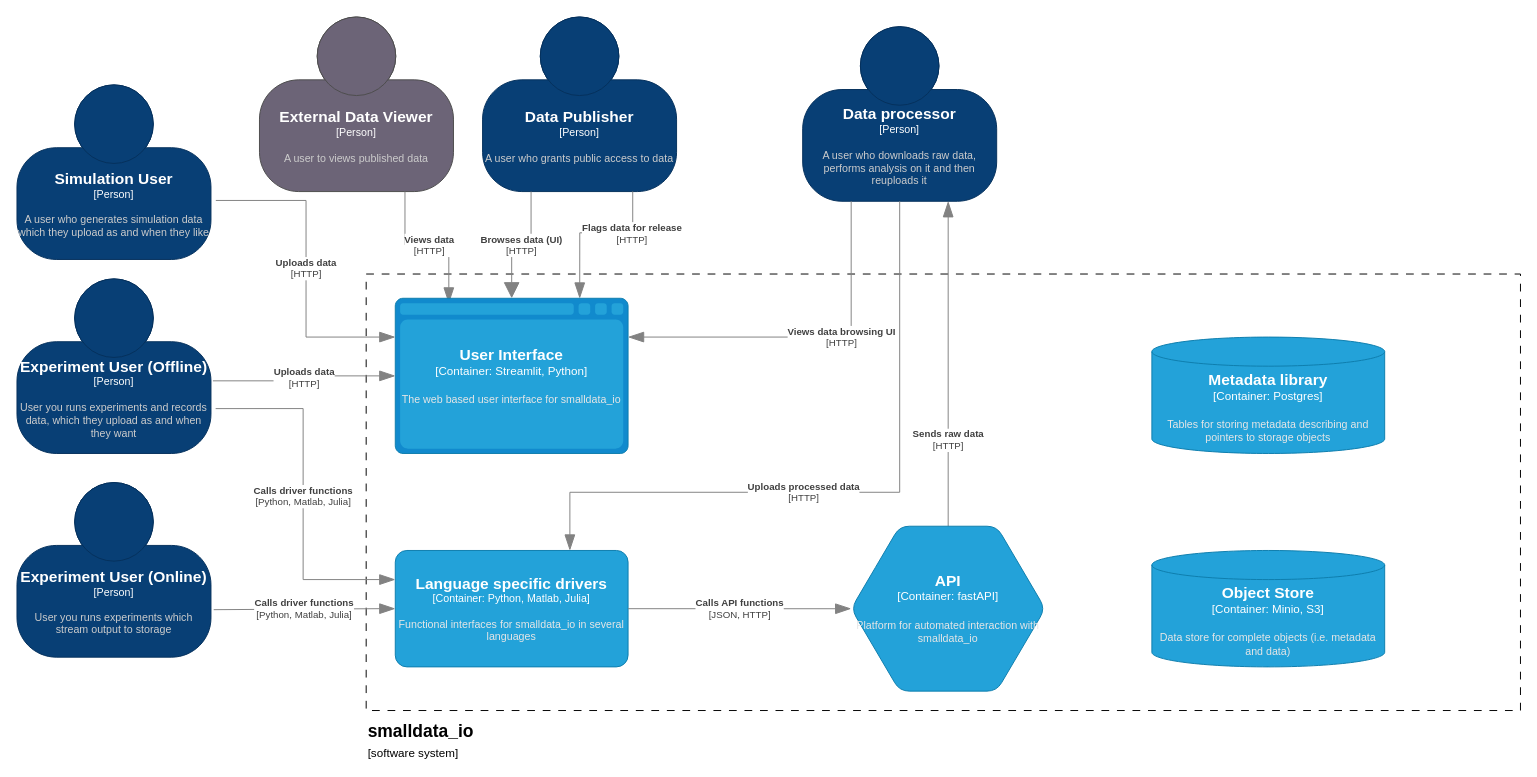
This is page "Page-2" (2 of 2) of Smalldata_io.drawio from OliverWoolland/Diagrams, a draw.io file, before an edit. Source tidied: cells renumbered, new cells numbered last; positions are measured from the earlier drawing's top-left corner, leaving out a move shared by most shapes. Both pictures are drawn from the tidied source at 97%, with x=0, y=0 at pixel (16, 16).
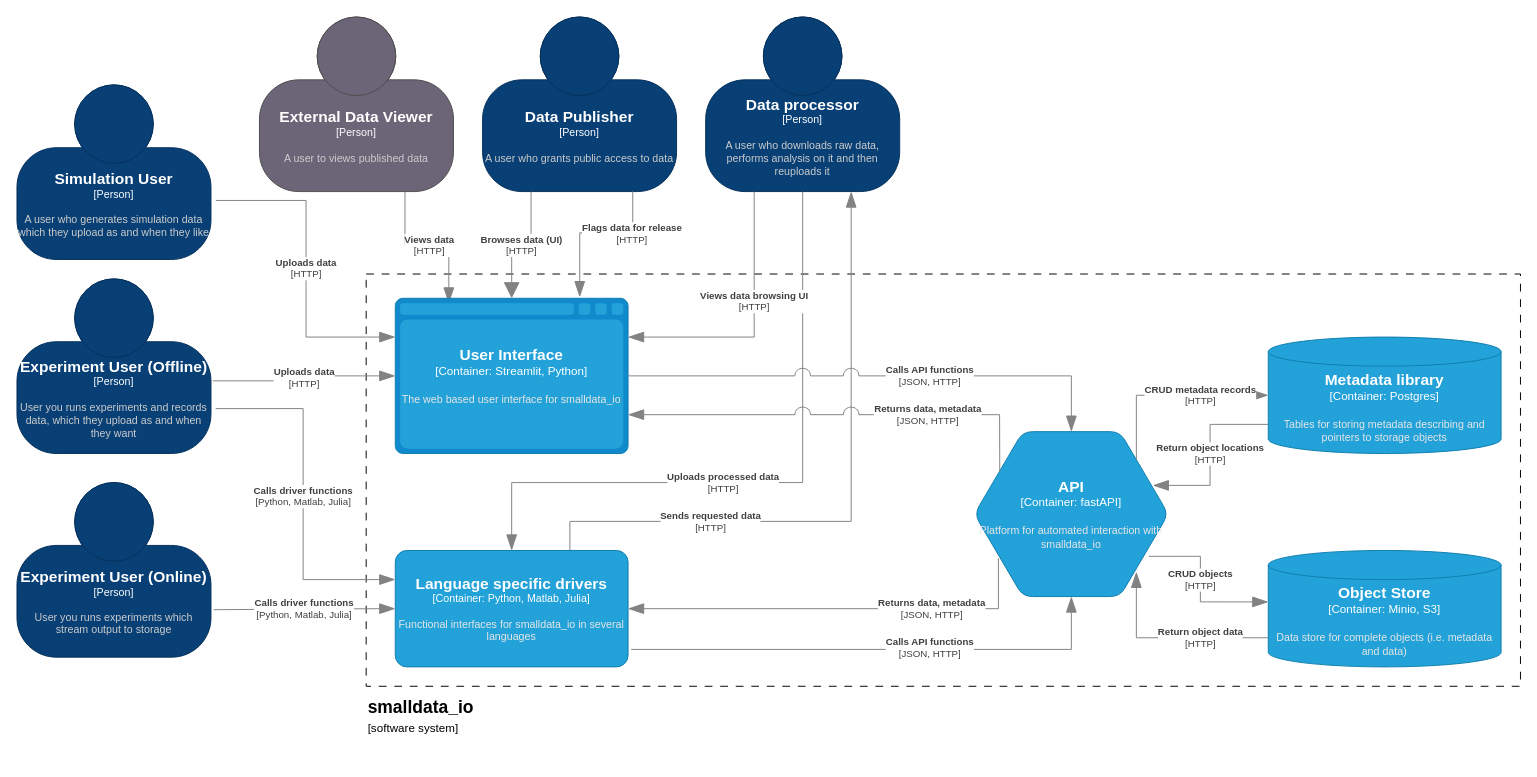
The same page after the edit.

Unchanged cells that the change refers to:
```xml
<object id="18" label="&lt;font style=&quot;font-size: 16px&quot;&gt;&lt;b&gt;%c4Type%&lt;/b&gt;&lt;/font&gt;&lt;div&gt;[%c4Container%:&amp;nbsp;%c4Technology%]&lt;/div&gt;&lt;br&gt;&lt;div&gt;&lt;font style=&quot;font-size: 11px&quot;&gt;&lt;font color=&quot;#E6E6E6&quot;&gt;%c4Description%&lt;/font&gt;&lt;/div&gt;" c4Container="Container" c4Description="The web based user interface for smalldata_io" c4Technology="Streamlit, Python" c4Type="User Interface" placeholders="1">
  <mxCell style="shape=mxgraph.c4.webBrowserContainer2;whiteSpace=wrap;html=1;boundedLbl=1;rounded=0;labelBackgroundColor=none;strokeColor=#118ACD;fillColor=#23A2D9;strokeColor=#118ACD;strokeColor2=#0E7DAD;fontSize=12;fontColor=#ffffff;align=center;points=[[0.5,0,0],[1,0.25,0],[1,0.5,0],[1,0.75,0],[0.5,1,0],[0,0.75,0],[0,0.5,0],[0,0.25,0]];" parent="1" vertex="1">
    <mxGeometry x="390" y="290" width="240" height="160" as="geometry" />
  </mxCell>
</object>
<object id="20" label="&lt;font style=&quot;font-size: 16px&quot;&gt;&lt;b&gt;%c4Name%&lt;/b&gt;&lt;/font&gt;&lt;div&gt;[%c4Type%: %c4Technology%]&lt;/div&gt;&lt;br&gt;&lt;div&gt;&lt;font style=&quot;font-size: 11px&quot;&gt;&lt;font color=&quot;#E6E6E6&quot;&gt;%c4Description%&lt;/font&gt;&lt;/div&gt;" c4Description="Functional interfaces for smalldata_io in several languages" c4Name="Language specific drivers" c4Technology="Python, Matlab, Julia" c4Type="Container" placeholders="1">
  <mxCell style="rounded=1;whiteSpace=wrap;html=1;fontSize=11;labelBackgroundColor=none;fillColor=#23A2D9;fontColor=#ffffff;align=center;arcSize=10;strokeColor=#0E7DAD;points=[[0.25,0,0],[0.5,0,0],[0.75,0,0],[1,0.25,0],[1,0.5,0],[1,0.75,0],[0.75,1,0],[0.5,1,0],[0.25,1,0],[0,0.75,0],[0,0.5,0],[0,0.25,0]];" parent="1" vertex="1">
    <mxGeometry x="390" y="550" width="240" height="120" as="geometry" />
  </mxCell>
</object>
```

What changed in the source:
```diff
@@
     <mxCell id="2" value="&lt;h2 style=&quot;line-height: 0%;&quot;&gt;smalldata_io&lt;br&gt;&lt;br&gt;&lt;/h2&gt;&lt;div&gt;[software system]&lt;/div&gt;" style="verticalLabelPosition=bottom;verticalAlign=top;html=1;shape=mxgraph.basic.rect;fillColor2=none;strokeWidth=1;size=20;indent=5;dashed=1;dashPattern=8 8;align=left;" parent="1" vertex="1">
-      <mxGeometry x="360" y="265" width="1190" height="450" as="geometry" />
+      <mxGeometry x="360" y="265" width="1190" height="425" as="geometry" />
     </mxCell>
@@
     <object id="6" label="&lt;font style=&quot;font-size: 16px&quot;&gt;&lt;b&gt;%c4Name%&lt;/b&gt;&lt;/font&gt;&lt;div&gt;[%c4Type%]&lt;/div&gt;&lt;br&gt;&lt;div&gt;&lt;font style=&quot;font-size: 11px&quot;&gt;&lt;font color=&quot;#cccccc&quot;&gt;%c4Description%&lt;/font&gt;&lt;/div&gt;" c4Description="A user who downloads raw data, performs analysis on it and then reuploads it" c4Name="Data processor" c4Type="Person" placeholders="1">
       <mxCell style="html=1;fontSize=11;dashed=0;whiteSpace=wrap;fillColor=#083F75;strokeColor=#06315C;fontColor=#ffffff;shape=mxgraph.c4.person2;align=center;points=[[0.5,0,0],[1,0.5,0],[1,0.75,0],[0.75,1,0],[0.5,1,0],[0.25,1,0],[0,0.75,0],[0,0.5,0]];" parent="1" vertex="1">
-        <mxGeometry x="810" y="10" width="200" height="180" as="geometry" />
+        <mxGeometry x="710" width="200" height="180" as="geometry" />
       </mxCell>
     </object>
@@
     <object id="12" label="&lt;div style=&quot;text-align: left&quot;&gt;&lt;div style=&quot;text-align: center&quot;&gt;&lt;b&gt;%c4Description%&lt;/b&gt;&lt;/div&gt;&lt;div style=&quot;text-align: center&quot;&gt;[%c4Technology%]&lt;/div&gt;&lt;/div&gt;" c4Description="Uploads processed data " c4Technology="HTTP" placeholders="1">
-      <mxCell style="endArrow=blockThin;html=1;fontSize=10;fontColor=#404040;strokeWidth=1;endFill=1;strokeColor=#828282;endSize=14;startSize=14;jumpStyle=arc;jumpSize=16;rounded=0;entryX=0.75;entryY=0;entryDx=0;entryDy=0;entryPerimeter=0;edgeStyle=elbowEdgeStyle;exitX=0.5;exitY=1;exitDx=0;exitDy=0;exitPerimeter=0;elbow=vertical;" parent="1" edge="1" source="6" target="20">
+      <mxCell style="endArrow=blockThin;html=1;fontSize=10;fontColor=#404040;strokeWidth=1;endFill=1;strokeColor=#828282;endSize=14;startSize=14;jumpStyle=arc;jumpSize=16;rounded=0;entryX=0.5;entryY=0;entryDx=0;entryDy=0;entryPerimeter=0;edgeStyle=elbowEdgeStyle;exitX=0.5;exitY=1;exitDx=0;exitDy=0;exitPerimeter=0;elbow=vertical;" parent="1" edge="1" source="6" target="20">
         <mxGeometry x="0.14" relative="1" as="geometry">
           <Array as="points">
-            <mxPoint x="760" y="490" />
+            <mxPoint x="670" y="480" />
             <mxPoint x="790" y="490" />
           </Array>
         </mxGeometry>
       </mxCell>
     </object>
@@
     <object id="16" label="&lt;div style=&quot;text-align: left&quot;&gt;&lt;div style=&quot;text-align: center&quot;&gt;&lt;b&gt;%c4Description%&lt;/b&gt;&lt;/div&gt;&lt;div style=&quot;text-align: center&quot;&gt;[%c4Technology%]&lt;/div&gt;&lt;/div&gt;" c4Description="Views data browsing UI" c4Technology="HTTP" placeholders="1">
       <mxCell style="endArrow=blockThin;html=1;fontSize=10;fontColor=#404040;strokeWidth=1;endFill=1;strokeColor=#828282;endSize=14;startSize=14;jumpStyle=arc;jumpSize=16;rounded=0;edgeStyle=elbowEdgeStyle;exitX=0.25;exitY=1;exitDx=0;exitDy=0;exitPerimeter=0;entryX=1;entryY=0.25;entryDx=0;entryDy=0;entryPerimeter=0;" parent="1" edge="1" source="6" target="18">
         <mxGeometry x="-0.19" relative="1" as="geometry">
           <Array as="points">
-            <mxPoint x="860" y="250" />
+            <mxPoint x="760" y="260" />
           </Array>
         </mxGeometry>
       </mxCell>
     </object>
-    <object id="17" label="&lt;div style=&quot;text-align: left&quot;&gt;&lt;div style=&quot;text-align: center&quot;&gt;&lt;b&gt;%c4Description%&lt;/b&gt;&lt;/div&gt;&lt;div style=&quot;text-align: center&quot;&gt;[%c4Technology%]&lt;/div&gt;&lt;/div&gt;" c4Description="Sends raw data " c4Technology="HTTP" placeholders="1">
-      <mxCell style="endArrow=blockThin;html=1;fontSize=10;fontColor=#404040;strokeWidth=1;endFill=1;strokeColor=#828282;endSize=14;startSize=14;jumpStyle=arc;jumpSize=16;rounded=0;edgeStyle=elbowEdgeStyle;entryX=0.75;entryY=1;entryDx=0;entryDy=0;entryPerimeter=0;exitX=0.5;exitY=0;exitDx=0;exitDy=0;exitPerimeter=0;" parent="1" edge="1" source="19" target="6">
+    <object id="17" label="&lt;div style=&quot;text-align: left&quot;&gt;&lt;div style=&quot;text-align: center&quot;&gt;&lt;b&gt;%c4Description%&lt;/b&gt;&lt;/div&gt;&lt;div style=&quot;text-align: center&quot;&gt;[%c4Technology%]&lt;/div&gt;&lt;/div&gt;" c4Description="Sends requested data " c4Technology="HTTP" placeholders="1">
+      <mxCell style="endArrow=blockThin;html=1;fontSize=10;fontColor=#404040;strokeWidth=1;endFill=1;strokeColor=#828282;endSize=14;startSize=14;jumpStyle=arc;jumpSize=16;rounded=0;edgeStyle=elbowEdgeStyle;entryX=0.75;entryY=1;entryDx=0;entryDy=0;entryPerimeter=0;exitX=0.75;exitY=0;exitDx=0;exitDy=0;exitPerimeter=0;elbow=vertical;" parent="1" edge="1" source="20" target="6">
         <mxGeometry x="-0.47" relative="1" as="geometry">
           <Array as="points">
-            <mxPoint x="960" y="410" />
+            <mxPoint x="730" y="520" />
           </Array>
         </mxGeometry>
       </mxCell>
     </object>
@@
     <object id="19" label="&lt;font style=&quot;font-size: 16px&quot;&gt;&lt;b&gt;%c4Type%&lt;/b&gt;&lt;/font&gt;&lt;div&gt;[%c4Container%:&amp;nbsp;%c4Technology%]&lt;/div&gt;&lt;br&gt;&lt;div&gt;&lt;font style=&quot;font-size: 11px&quot;&gt;&lt;font color=&quot;#E6E6E6&quot;&gt;%c4Description%&lt;/font&gt;&lt;/div&gt;" c4Container="Container" c4Description="Platform for automated interaction with smalldata_io" c4Technology="fastAPI" c4Type="API" placeholders="1">
       <mxCell style="shape=hexagon;size=50;perimeter=hexagonPerimeter2;whiteSpace=wrap;html=1;fixedSize=1;rounded=1;labelBackgroundColor=none;fillColor=#23A2D9;fontSize=12;fontColor=#ffffff;align=center;strokeColor=#0E7DAD;points=[[0.5,0,0],[1,0.25,0],[1,0.5,0],[1,0.75,0],[0.5,1,0],[0,0.75,0],[0,0.5,0],[0,0.25,0]];" parent="1" vertex="1">
-        <mxGeometry x="860" y="525" width="200" height="170" as="geometry" />
+        <mxGeometry x="987" y="427.5" width="200" height="170" as="geometry" />
       </mxCell>
     </object>
@@
     <object id="21" label="&lt;div style=&quot;text-align: left&quot;&gt;&lt;div style=&quot;text-align: center&quot;&gt;&lt;b&gt;%c4Description%&lt;/b&gt;&lt;/div&gt;&lt;div style=&quot;text-align: center&quot;&gt;[%c4Technology%]&lt;/div&gt;&lt;/div&gt;" c4Description="Calls API functions" c4Technology="JSON, HTTP" placeholders="1">
-      <mxCell style="endArrow=blockThin;html=1;fontSize=10;fontColor=#404040;strokeWidth=1;endFill=1;strokeColor=#828282;elbow=vertical;endSize=14;startSize=14;jumpStyle=arc;jumpSize=16;rounded=0;edgeStyle=orthogonalEdgeStyle;entryX=0;entryY=0.5;entryDx=0;entryDy=0;entryPerimeter=0;" parent="1" edge="1" target="19">
-        <mxGeometry relative="1" as="geometry">
-          <mxPoint x="630" y="610" as="sourcePoint" />
-        </mxGeometry>
+      <mxCell style="endArrow=blockThin;html=1;fontSize=10;fontColor=#404040;strokeWidth=1;endFill=1;strokeColor=#828282;endSize=14;startSize=14;jumpStyle=arc;jumpSize=16;rounded=0;exitX=1.013;exitY=0.85;exitDx=0;exitDy=0;exitPerimeter=0;edgeStyle=orthogonalEdgeStyle;entryX=0.5;entryY=1;entryDx=0;entryDy=0;entryPerimeter=0;" parent="1" edge="1" source="20" target="19">
+        <mxGeometry x="0.21" y="2" relative="1" as="geometry" />
       </mxCell>
     </object>
     <object id="22" label="&lt;font style=&quot;font-size: 16px&quot;&gt;&lt;b&gt;%c4Type%&lt;/b&gt;&lt;/font&gt;&lt;div&gt;[%c4Container%:&amp;nbsp;%c4Technology%]&lt;/div&gt;&lt;br&gt;&lt;div&gt;&lt;font style=&quot;font-size: 11px&quot;&gt;&lt;font color=&quot;#E6E6E6&quot;&gt;%c4Description%&lt;/font&gt;&lt;/div&gt;" c4Container="Container" c4Description="Data store for complete objects (i.e. metadata and data)" c4Technology="Minio, S3" c4Type="Object Store" placeholders="1">
       <mxCell style="shape=cylinder3;size=15;whiteSpace=wrap;html=1;boundedLbl=1;rounded=0;labelBackgroundColor=none;fillColor=#23A2D9;fontSize=12;fontColor=#ffffff;align=center;strokeColor=#0E7DAD;points=[[0.5,0,0],[1,0.25,0],[1,0.5,0],[1,0.75,0],[0.5,1,0],[0,0.75,0],[0,0.5,0],[0,0.25,0]];" parent="1" vertex="1">
-        <mxGeometry x="1170" y="550" width="240" height="120" as="geometry" />
+        <mxGeometry x="1290" y="550" width="240" height="120" as="geometry" />
       </mxCell>
     </object>
     <object id="23" label="&lt;font style=&quot;font-size: 16px&quot;&gt;&lt;b&gt;%c4Type%&lt;/b&gt;&lt;/font&gt;&lt;div&gt;[%c4Container%:&amp;nbsp;%c4Technology%]&lt;/div&gt;&lt;br&gt;&lt;div&gt;&lt;font style=&quot;font-size: 11px&quot;&gt;&lt;font color=&quot;#E6E6E6&quot;&gt;%c4Description%&lt;/font&gt;&lt;/div&gt;" c4Container="Container" c4Description="Tables for storing metadata describing and pointers to storage objects" c4Technology="Postgres" c4Type="Metadata library" placeholders="1">
       <mxCell style="shape=cylinder3;size=15;whiteSpace=wrap;html=1;boundedLbl=1;rounded=0;labelBackgroundColor=none;fillColor=#23A2D9;fontSize=12;fontColor=#ffffff;align=center;strokeColor=#0E7DAD;points=[[0.5,0,0],[1,0.25,0],[1,0.5,0],[1,0.75,0],[0.5,1,0],[0,0.75,0],[0,0.5,0],[0,0.25,0]];" parent="1" vertex="1">
-        <mxGeometry x="1170" y="330" width="240" height="120" as="geometry" />
+        <mxGeometry x="1290" y="330" width="240" height="120" as="geometry" />
       </mxCell>
     </object>
@@
+    <object id="25" label="&lt;div style=&quot;text-align: left&quot;&gt;&lt;div style=&quot;text-align: center&quot;&gt;&lt;b&gt;%c4Description%&lt;/b&gt;&lt;/div&gt;&lt;div style=&quot;text-align: center&quot;&gt;[%c4Technology%]&lt;/div&gt;&lt;/div&gt;" c4Description="Returns data, metadata" c4Technology="JSON, HTTP" placeholders="1">
+      <mxCell style="endArrow=blockThin;html=1;fontSize=10;fontColor=#404040;strokeWidth=1;endFill=1;strokeColor=#828282;endSize=14;startSize=14;jumpStyle=arc;jumpSize=16;rounded=0;edgeStyle=orthogonalEdgeStyle;exitX=0.124;exitY=0.768;exitDx=0;exitDy=0;exitPerimeter=0;entryX=1;entryY=0.5;entryDx=0;entryDy=0;entryPerimeter=0;" parent="1" edge="1" source="19" target="20">
+        <mxGeometry x="-0.44" relative="1" as="geometry">
+          <Array as="points">
+            <mxPoint x="1012" y="610" />
+          </Array>
+        </mxGeometry>
+      </mxCell>
+    </object>
+    <object id="26" label="&lt;div style=&quot;text-align: left&quot;&gt;&lt;div style=&quot;text-align: center&quot;&gt;&lt;b&gt;%c4Description%&lt;/b&gt;&lt;/div&gt;&lt;div style=&quot;text-align: center&quot;&gt;[%c4Technology%]&lt;/div&gt;&lt;/div&gt;" c4Description="Calls API functions" c4Technology="JSON, HTTP" placeholders="1">
+      <mxCell style="endArrow=blockThin;html=1;fontSize=10;fontColor=#404040;strokeWidth=1;endFill=1;strokeColor=#828282;elbow=vertical;endSize=14;startSize=14;jumpStyle=arc;jumpSize=16;rounded=0;exitX=1;exitY=0.5;exitDx=0;exitDy=0;exitPerimeter=0;edgeStyle=elbowEdgeStyle;entryX=0.5;entryY=0;entryDx=0;entryDy=0;entryPerimeter=0;" parent="1" edge="1" source="18" target="19">
+        <mxGeometry x="0.21" relative="1" as="geometry">
+          <Array as="points">
+            <mxPoint x="800" y="370" />
+          </Array>
+        </mxGeometry>
+      </mxCell>
+    </object>
+    <object id="27" label="&lt;div style=&quot;text-align: left&quot;&gt;&lt;div style=&quot;text-align: center&quot;&gt;&lt;b&gt;%c4Description%&lt;/b&gt;&lt;/div&gt;&lt;div style=&quot;text-align: center&quot;&gt;[%c4Technology%]&lt;/div&gt;&lt;/div&gt;" c4Description="Returns data, metadata" c4Technology="JSON, HTTP" placeholders="1">
+      <mxCell style="endArrow=blockThin;html=1;fontSize=10;fontColor=#404040;strokeWidth=1;endFill=1;strokeColor=#828282;elbow=vertical;endSize=14;startSize=14;jumpStyle=arc;jumpSize=16;rounded=0;edgeStyle=orthogonalEdgeStyle;entryX=1;entryY=0.75;entryDx=0;entryDy=0;entryPerimeter=0;exitX=0.131;exitY=0.243;exitDx=0;exitDy=0;exitPerimeter=0;" parent="1" edge="1" source="19" target="18">
+        <mxGeometry x="-0.4" relative="1" as="geometry">
+          <Array as="points">
+            <mxPoint x="1013" y="441" />
+            <mxPoint x="1013" y="410" />
+          </Array>
+        </mxGeometry>
+      </mxCell>
+    </object>
+    <object id="28" label="&lt;div style=&quot;text-align: left&quot;&gt;&lt;div style=&quot;text-align: center&quot;&gt;&lt;b&gt;%c4Description%&lt;/b&gt;&lt;/div&gt;&lt;div style=&quot;text-align: center&quot;&gt;[%c4Technology%]&lt;/div&gt;&lt;/div&gt;" c4Description="CRUD metadata records" c4Technology="HTTP" placeholders="1">
+      <mxCell style="endArrow=blockThin;html=1;fontSize=10;fontColor=#404040;strokeWidth=1;endFill=1;strokeColor=#828282;elbow=vertical;endSize=14;startSize=14;jumpStyle=arc;jumpSize=16;rounded=0;exitX=0.835;exitY=0.168;exitDx=0;exitDy=0;exitPerimeter=0;edgeStyle=elbowEdgeStyle;entryX=0;entryY=0.5;entryDx=0;entryDy=0;entryPerimeter=0;" parent="1" edge="1" source="19" target="23">
+        <mxGeometry x="0.31" relative="1" as="geometry">
+          <Array as="points">
+            <mxPoint x="1220" y="390" />
+          </Array>
+        </mxGeometry>
+      </mxCell>
+    </object>
+    <object id="29" label="&lt;div style=&quot;text-align: left&quot;&gt;&lt;div style=&quot;text-align: center&quot;&gt;&lt;b&gt;%c4Description%&lt;/b&gt;&lt;/div&gt;&lt;div style=&quot;text-align: center&quot;&gt;[%c4Technology%]&lt;/div&gt;&lt;/div&gt;" c4Description="Return object locations" c4Technology="HTTP" placeholders="1">
+      <mxCell style="endArrow=blockThin;html=1;fontSize=10;fontColor=#404040;strokeWidth=1;endFill=1;strokeColor=#828282;elbow=vertical;endSize=14;startSize=14;jumpStyle=arc;jumpSize=16;rounded=0;exitX=0;exitY=0.75;exitDx=0;exitDy=0;exitPerimeter=0;edgeStyle=orthogonalEdgeStyle;entryX=0.92;entryY=0.326;entryDx=0;entryDy=0;entryPerimeter=0;" parent="1" edge="1" source="23" target="19">
+        <mxGeometry x="-0.01" relative="1" as="geometry">
+          <Array as="points">
+            <mxPoint x="1230" y="420" />
+            <mxPoint x="1230" y="483" />
+          </Array>
+        </mxGeometry>
+      </mxCell>
+    </object>
+    <object id="30" label="&lt;div style=&quot;text-align: left&quot;&gt;&lt;div style=&quot;text-align: center&quot;&gt;&lt;b&gt;%c4Description%&lt;/b&gt;&lt;/div&gt;&lt;div style=&quot;text-align: center&quot;&gt;[%c4Technology%]&lt;/div&gt;&lt;/div&gt;" c4Description="CRUD objects" c4Technology="HTTP" placeholders="1">
+      <mxCell style="endArrow=blockThin;html=1;fontSize=10;fontColor=#404040;strokeWidth=1;endFill=1;strokeColor=#828282;elbow=vertical;endSize=14;startSize=14;jumpStyle=arc;jumpSize=16;rounded=0;exitX=0.9;exitY=0.756;exitDx=0;exitDy=0;exitPerimeter=0;edgeStyle=orthogonalEdgeStyle;entryX=0;entryY=0.442;entryDx=0;entryDy=0;entryPerimeter=0;" parent="1" edge="1" source="19" target="22">
+        <mxGeometry x="-0.09" relative="1" as="geometry">
+          <Array as="points">
+            <mxPoint x="1220" y="556" />
+            <mxPoint x="1220" y="603" />
+          </Array>
+        </mxGeometry>
+      </mxCell>
+    </object>
+    <object id="31" label="&lt;div style=&quot;text-align: left&quot;&gt;&lt;div style=&quot;text-align: center&quot;&gt;&lt;b&gt;%c4Description%&lt;/b&gt;&lt;/div&gt;&lt;div style=&quot;text-align: center&quot;&gt;[%c4Technology%]&lt;/div&gt;&lt;/div&gt;" c4Description="Return object data" c4Technology="HTTP" placeholders="1">
+      <mxCell style="endArrow=blockThin;html=1;fontSize=10;fontColor=#404040;strokeWidth=1;endFill=1;strokeColor=#828282;elbow=vertical;endSize=14;startSize=14;jumpStyle=arc;jumpSize=16;rounded=0;exitX=0;exitY=0.75;exitDx=0;exitDy=0;exitPerimeter=0;edgeStyle=elbowEdgeStyle;entryX=0.835;entryY=0.85;entryDx=0;entryDy=0;entryPerimeter=0;" parent="1" edge="1" source="22" target="19">
+        <mxGeometry x="-0.31" relative="1" as="geometry">
+          <Array as="points">
+            <mxPoint x="1230" y="640" />
+          </Array>
+        </mxGeometry>
+      </mxCell>
+    </object>
```
